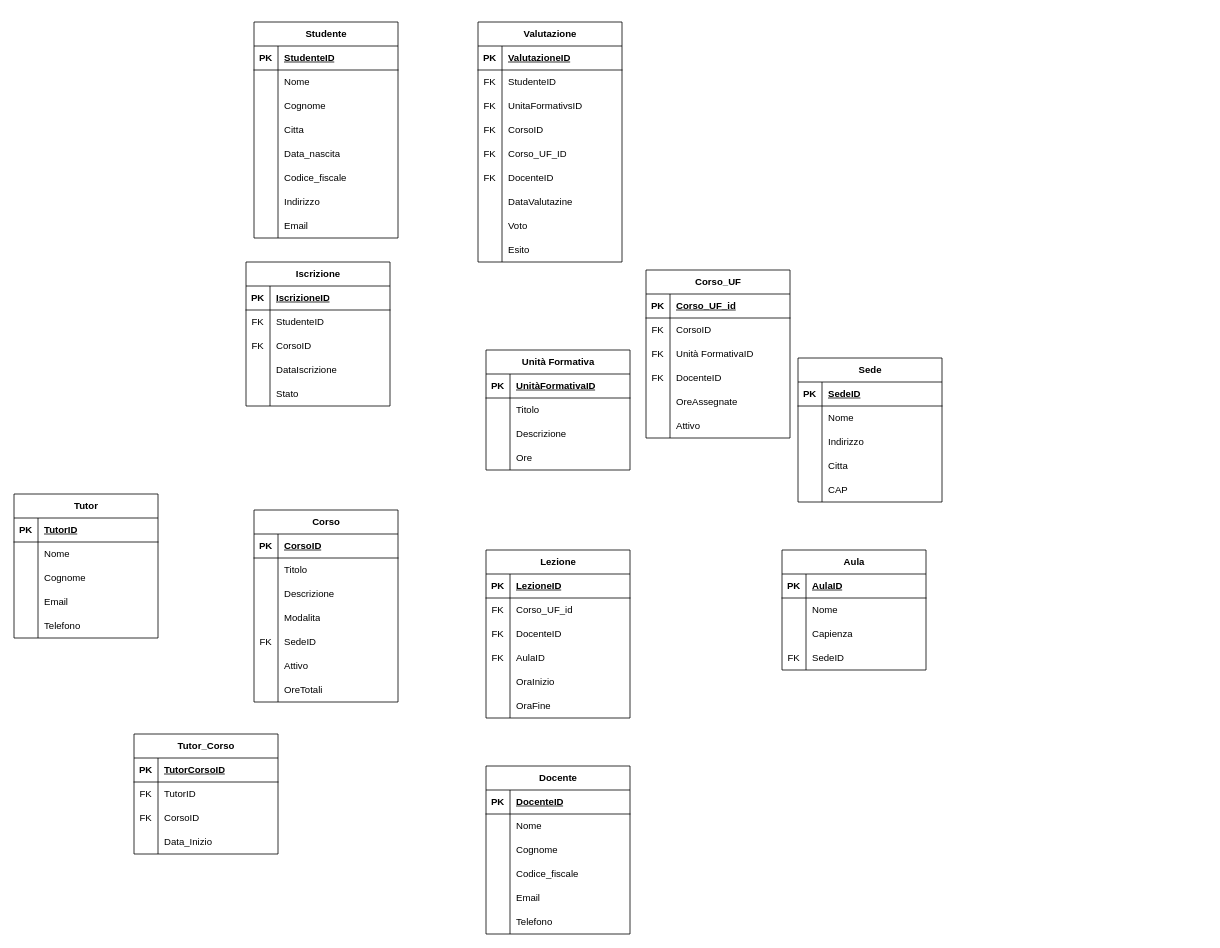
Above: attivita_didattiche/e_r.drawio in Cenael/data_management (draw.io), before the change. Source tidied: cells renumbered, new cells numbered last; positions are measured from the earlier drawing's top-left corner, leaving out a move shared by most shapes. Both pictures are drawn from the tidied source at 80%, with x=0, y=0 at pixel (14, 22).
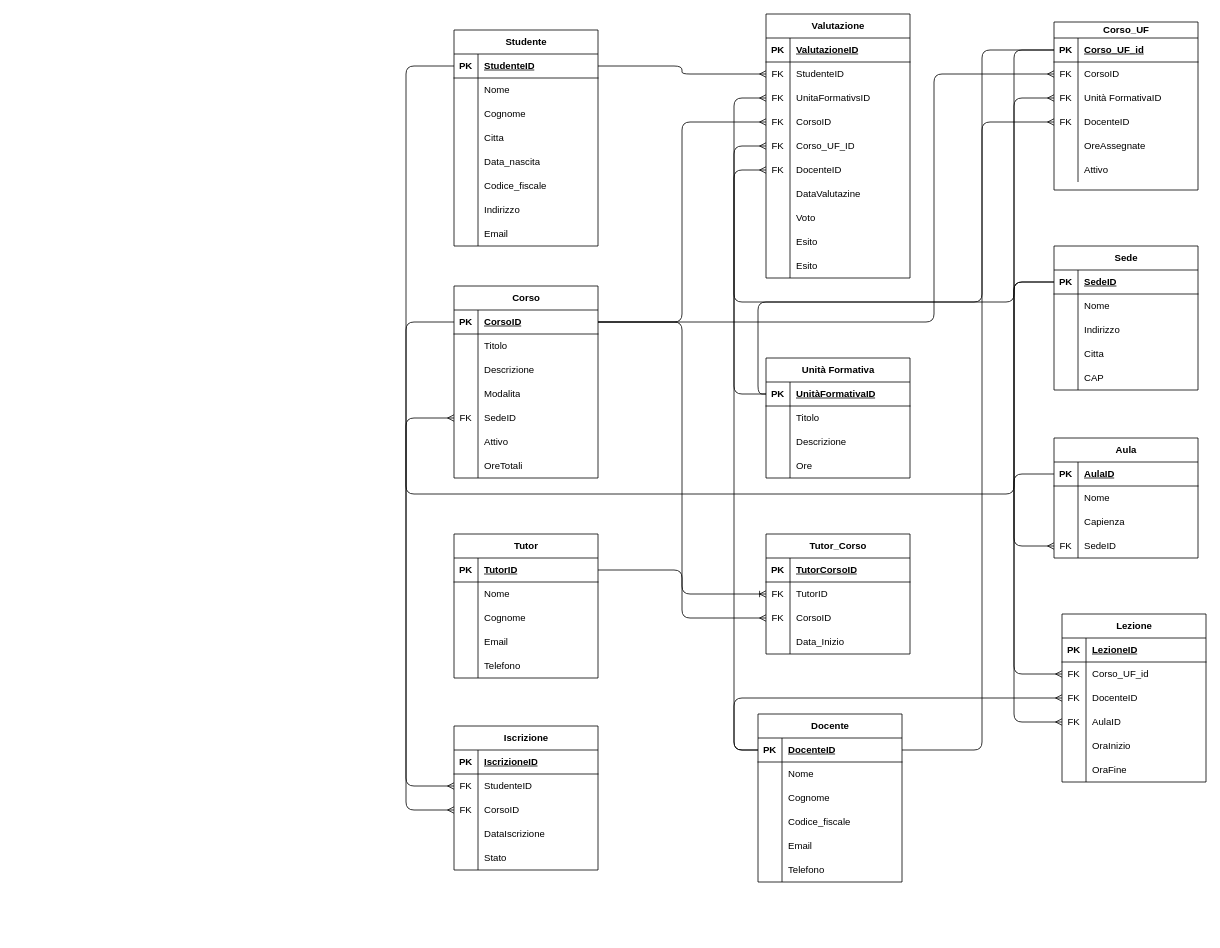
The same diagram, later.

Unchanged cells that the change refers to:
```xml
<mxCell id="3" style="shape=tableRow;horizontal=0;startSize=0;swimlaneHead=0;swimlaneBody=0;fillColor=none;points=[[0,0.5],[1,0.5]];portConstraint=eastwest;top=0;left=0;right=0;bottom=1;" parent="2" vertex="1">
  <mxGeometry y="30" width="180" height="30" as="geometry" />
</mxCell>
<mxCell id="28" style="shape=tableRow;horizontal=0;startSize=0;swimlaneHead=0;swimlaneBody=0;fillColor=none;points=[[0,0.5],[1,0.5]];portConstraint=eastwest;top=0;left=0;right=0;bottom=1;" parent="27" vertex="1">
  <mxGeometry y="30" width="180" height="30" as="geometry" />
</mxCell>
<mxCell id="37" style="shape=tableRow;horizontal=0;startSize=0;swimlaneHead=0;swimlaneBody=0;fillColor=none;points=[[0,0.5],[1,0.5]];portConstraint=eastwest;top=0;left=0;right=0;bottom=0;" parent="27" vertex="1">
  <mxGeometry y="120" width="180" height="30" as="geometry" />
</mxCell>
<mxCell id="41" style="shape=tableRow;horizontal=0;startSize=0;swimlaneHead=0;swimlaneBody=0;fillColor=none;points=[[0,0.5],[1,0.5]];portConstraint=eastwest;top=0;left=0;right=0;bottom=1;" parent="40" vertex="1">
  <mxGeometry y="30" width="180" height="30" as="geometry" />
</mxCell>
<mxCell id="53" style="shape=tableRow;horizontal=0;startSize=0;swimlaneHead=0;swimlaneBody=0;fillColor=none;points=[[0,0.5],[1,0.5]];portConstraint=eastwest;top=0;left=0;right=0;bottom=0;" parent="40" vertex="1">
  <mxGeometry y="150" width="180" height="30" as="geometry" />
</mxCell>
<mxCell id="63" style="shape=tableRow;horizontal=0;startSize=0;swimlaneHead=0;swimlaneBody=0;fillColor=none;points=[[0,0.5],[1,0.5]];portConstraint=eastwest;top=0;left=0;right=0;bottom=1;" parent="62" vertex="1">
  <mxGeometry y="30" width="180" height="30" as="geometry" />
</mxCell>
<mxCell id="85" style="shape=tableRow;horizontal=0;startSize=0;swimlaneHead=0;swimlaneBody=0;fillColor=none;points=[[0,0.5],[1,0.5]];portConstraint=eastwest;top=0;left=0;right=0;bottom=0;" parent="81" vertex="1">
  <mxGeometry y="60" width="180" height="30" as="geometry" />
</mxCell>
<mxCell id="88" style="shape=tableRow;horizontal=0;startSize=0;swimlaneHead=0;swimlaneBody=0;fillColor=none;points=[[0,0.5],[1,0.5]];portConstraint=eastwest;top=0;left=0;right=0;bottom=0;" parent="81" vertex="1">
  <mxGeometry y="90" width="180" height="30" as="geometry" />
</mxCell>
<mxCell id="91" style="shape=tableRow;horizontal=0;startSize=0;swimlaneHead=0;swimlaneBody=0;fillColor=none;points=[[0,0.5],[1,0.5]];portConstraint=eastwest;top=0;left=0;right=0;bottom=0;" parent="81" vertex="1">
  <mxGeometry y="120" width="180" height="30" as="geometry" />
</mxCell>
<mxCell id="101" style="shape=tableRow;horizontal=0;startSize=0;swimlaneHead=0;swimlaneBody=0;fillColor=none;points=[[0,0.5],[1,0.5]];portConstraint=eastwest;top=0;left=0;right=0;bottom=1;" parent="100" vertex="1">
  <mxGeometry y="30" width="180" height="30" as="geometry" />
</mxCell>
<mxCell id="117" style="shape=tableRow;horizontal=0;startSize=0;swimlaneHead=0;swimlaneBody=0;fillColor=none;points=[[0,0.5],[1,0.5]];portConstraint=eastwest;top=0;left=0;right=0;bottom=0;" parent="113" vertex="1">
  <mxGeometry y="60" width="180" height="30" as="geometry" />
</mxCell>
<mxCell id="120" style="shape=tableRow;horizontal=0;startSize=0;swimlaneHead=0;swimlaneBody=0;fillColor=none;points=[[0,0.5],[1,0.5]];portConstraint=eastwest;top=0;left=0;right=0;bottom=0;" parent="113" vertex="1">
  <mxGeometry y="90" width="180" height="30" as="geometry" />
</mxCell>
<mxCell id="123" style="shape=tableRow;horizontal=0;startSize=0;swimlaneHead=0;swimlaneBody=0;fillColor=none;points=[[0,0.5],[1,0.5]];portConstraint=eastwest;top=0;left=0;right=0;bottom=0;" parent="113" vertex="1">
  <mxGeometry y="120" width="180" height="30" as="geometry" />
</mxCell>
<mxCell id="126" style="shape=tableRow;horizontal=0;startSize=0;swimlaneHead=0;swimlaneBody=0;fillColor=none;points=[[0,0.5],[1,0.5]];portConstraint=eastwest;top=0;left=0;right=0;bottom=0;" parent="113" vertex="1">
  <mxGeometry y="150" width="180" height="30" as="geometry" />
</mxCell>
<mxCell id="129" style="shape=tableRow;horizontal=0;startSize=0;swimlaneHead=0;swimlaneBody=0;fillColor=none;points=[[0,0.5],[1,0.5]];portConstraint=eastwest;top=0;left=0;right=0;bottom=0;" parent="113" vertex="1">
  <mxGeometry y="180" width="180" height="30" as="geometry" />
</mxCell>
<mxCell id="142" style="shape=tableRow;horizontal=0;startSize=0;swimlaneHead=0;swimlaneBody=0;fillColor=none;points=[[0,0.5],[1,0.5]];portConstraint=eastwest;top=0;left=0;right=0;bottom=1;" parent="141" vertex="1">
  <mxGeometry y="30" width="180" height="30" as="geometry" />
</mxCell>
<mxCell id="161" style="shape=tableRow;horizontal=0;startSize=0;swimlaneHead=0;swimlaneBody=0;fillColor=none;points=[[0,0.5],[1,0.5]];portConstraint=eastwest;top=0;left=0;right=0;bottom=0;" parent="157" vertex="1">
  <mxGeometry y="60" width="180" height="30" as="geometry" />
</mxCell>
<mxCell id="164" style="shape=tableRow;horizontal=0;startSize=0;swimlaneHead=0;swimlaneBody=0;fillColor=none;points=[[0,0.5],[1,0.5]];portConstraint=eastwest;top=0;left=0;right=0;bottom=0;" parent="157" vertex="1">
  <mxGeometry y="90" width="180" height="30" as="geometry" />
</mxCell>
<mxCell id="174" style="shape=tableRow;horizontal=0;startSize=0;swimlaneHead=0;swimlaneBody=0;fillColor=none;points=[[0,0.5],[1,0.5]];portConstraint=eastwest;top=0;left=0;right=0;bottom=1;" parent="173" vertex="1">
  <mxGeometry y="30" width="180" height="30" as="geometry" />
</mxCell>
<mxCell id="212" style="shape=tableRow;horizontal=0;startSize=0;swimlaneHead=0;swimlaneBody=0;fillColor=none;points=[[0,0.5],[1,0.5]];portConstraint=eastwest;top=0;left=0;right=0;bottom=0;" parent="208" vertex="1">
  <mxGeometry y="60" width="180" height="30" as="geometry" />
</mxCell>
<mxCell id="215" style="shape=tableRow;horizontal=0;startSize=0;swimlaneHead=0;swimlaneBody=0;fillColor=none;points=[[0,0.5],[1,0.5]];portConstraint=eastwest;top=0;left=0;right=0;bottom=0;" parent="208" vertex="1">
  <mxGeometry y="90" width="180" height="30" as="geometry" />
</mxCell>
```

Diff of the diagram source:
```diff
@@
     <mxCell id="2" value="Studente" style="shape=table;startSize=30;childLayout=tableLayout;rowLines=0;fontStyle=1;align=center;html=1;" parent="1" vertex="1">
-      <mxGeometry x="300" width="180" height="270" as="geometry" />
+      <mxGeometry x="550" y="10" width="180" height="270" as="geometry" />
     </mxCell>
@@
     <mxCell id="27" value="Aula" style="shape=table;startSize=30;childLayout=tableLayout;rowLines=0;fontStyle=1;align=center;html=1;" parent="1" vertex="1">
-      <mxGeometry x="960" y="660" width="180" height="150" as="geometry" />
+      <mxGeometry x="1300" y="520" width="180" height="150" as="geometry" />
     </mxCell>
@@
     <mxCell id="40" value="Corso" style="shape=table;startSize=30;childLayout=tableLayout;rowLines=0;fontStyle=1;align=center;html=1;" parent="1" vertex="1">
-      <mxGeometry x="300" y="610" width="180" height="240" as="geometry" />
+      <mxGeometry x="550" y="330" width="180" height="240" as="geometry" />
     </mxCell>
@@
     <mxCell id="62" value="Docente" style="shape=table;startSize=30;childLayout=tableLayout;rowLines=0;fontStyle=1;align=center;html=1;" parent="1" vertex="1">
-      <mxGeometry x="590" y="930" width="180" height="210" as="geometry" />
+      <mxGeometry x="930" y="865" width="180" height="210" as="geometry" />
     </mxCell>
@@
     <mxCell id="81" value="Lezione" style="shape=table;startSize=30;childLayout=tableLayout;rowLines=0;fontStyle=1;align=center;html=1;" parent="1" vertex="1">
-      <mxGeometry x="590" y="660" width="180" height="210" as="geometry" />
+      <mxGeometry x="1310" y="740" width="180" height="210" as="geometry" />
     </mxCell>
@@
     <mxCell id="100" value="Unità Formativa" style="shape=table;startSize=30;childLayout=tableLayout;rowLines=0;fontStyle=1;align=center;html=1;" parent="1" vertex="1">
-      <mxGeometry x="590" y="410" width="180" height="150" as="geometry" />
+      <mxGeometry x="940" y="420" width="180" height="150" as="geometry" />
     </mxCell>
@@
     <mxCell id="113" value="Valutazione" style="shape=table;startSize=30;childLayout=tableLayout;rowLines=0;fontStyle=1;align=center;html=1;" parent="1" vertex="1">
-      <mxGeometry x="580" width="180" height="300" as="geometry" />
+      <mxGeometry x="940" y="-10" width="180" height="330" as="geometry" />
     </mxCell>
@@
+    <mxCell id="221" style="shape=tableRow;horizontal=0;startSize=0;swimlaneHead=0;swimlaneBody=0;fillColor=none;top=0;left=0;right=0;bottom=0;" parent="113" vertex="1">
+      <mxGeometry y="270" width="180" height="30" as="geometry" />
+    </mxCell>
+    <mxCell id="222" style="shape=partialRectangle;fillColor=none;top=0;left=0;bottom=0;right=0;overflow=hidden;whiteSpace=wrap;html=1;" parent="221" vertex="1">
+      <mxGeometry width="30" height="30" as="geometry" />
+    </mxCell>
+    <mxCell id="223" value="Esito" style="shape=partialRectangle;fillColor=none;top=0;left=0;bottom=0;right=0;align=left;spacingLeft=6;overflow=hidden;whiteSpace=wrap;html=1;" parent="221" vertex="1">
+      <mxGeometry x="30" width="150" height="30" as="geometry" />
+    </mxCell>
     <mxCell id="138" style="shape=tableRow;horizontal=0;startSize=0;swimlaneHead=0;swimlaneBody=0;fillColor=none;top=0;left=0;right=0;bottom=0;" parent="113" vertex="1">
-      <mxGeometry y="270" width="180" height="30" as="geometry" />
+      <mxGeometry y="300" width="180" height="30" as="geometry" />
     </mxCell>
@@
     <mxCell id="141" value="Tutor" style="shape=table;startSize=30;childLayout=tableLayout;rowLines=0;fontStyle=1;align=center;html=1;" parent="1" vertex="1">
-      <mxGeometry y="590" width="180" height="180" as="geometry" />
+      <mxGeometry x="550" y="640" width="180" height="180" as="geometry" />
     </mxCell>
@@
     <mxCell id="157" value="Iscrizione" style="shape=table;startSize=30;childLayout=tableLayout;rowLines=0;fontStyle=1;align=center;html=1;" parent="1" vertex="1">
-      <mxGeometry x="290" y="300" width="180" height="180" as="geometry" />
+      <mxGeometry x="550" y="880" width="180" height="180" as="geometry" />
     </mxCell>
@@
     <mxCell id="173" value="Sede" style="shape=table;startSize=30;childLayout=tableLayout;rowLines=0;fontStyle=1;align=center;html=1;" parent="1" vertex="1">
-      <mxGeometry x="980" y="420" width="180" height="180" as="geometry" />
+      <mxGeometry x="1300" y="280" width="180" height="180" as="geometry" />
     </mxCell>
@@
-    <mxCell id="189" value="Corso_UF" style="shape=table;startSize=30;childLayout=tableLayout;rowLines=0;fontStyle=1;align=center;html=1;" parent="1" vertex="1">
-      <mxGeometry x="790" y="310" width="180" height="210" as="geometry" />
+    <mxCell id="189" value="Corso_UF" style="shape=table;startSize=20;childLayout=tableLayout;rowLines=0;fontStyle=1;align=center;html=1;" parent="1" vertex="1">
+      <mxGeometry x="1300" width="180" height="210" as="geometry" />
     </mxCell>
     <mxCell id="190" style="shape=tableRow;horizontal=0;startSize=0;swimlaneHead=0;swimlaneBody=0;fillColor=none;points=[[0,0.5],[1,0.5]];portConstraint=eastwest;top=0;left=0;right=0;bottom=1;" parent="189" vertex="1">
-      <mxGeometry y="30" width="180" height="30" as="geometry" />
+      <mxGeometry y="20" width="180" height="30" as="geometry" />
     </mxCell>
@@
     <mxCell id="193" style="shape=tableRow;horizontal=0;startSize=0;swimlaneHead=0;swimlaneBody=0;fillColor=none;points=[[0,0.5],[1,0.5]];portConstraint=eastwest;top=0;left=0;right=0;bottom=0;" parent="189" vertex="1">
-      <mxGeometry y="60" width="180" height="30" as="geometry" />
+      <mxGeometry y="50" width="180" height="30" as="geometry" />
     </mxCell>
@@
     <mxCell id="196" style="shape=tableRow;horizontal=0;startSize=0;swimlaneHead=0;swimlaneBody=0;fillColor=none;points=[[0,0.5],[1,0.5]];portConstraint=eastwest;top=0;left=0;right=0;bottom=0;" parent="189" vertex="1">
-      <mxGeometry y="90" width="180" height="30" as="geometry" />
+      <mxGeometry y="80" width="180" height="30" as="geometry" />
     </mxCell>
@@
     <mxCell id="199" style="shape=tableRow;horizontal=0;startSize=0;swimlaneHead=0;swimlaneBody=0;fillColor=none;points=[[0,0.5],[1,0.5]];portConstraint=eastwest;top=0;left=0;right=0;bottom=0;" parent="189" vertex="1">
-      <mxGeometry y="120" width="180" height="30" as="geometry" />
+      <mxGeometry y="110" width="180" height="30" as="geometry" />
     </mxCell>
@@
     <mxCell id="202" style="shape=tableRow;horizontal=0;startSize=0;swimlaneHead=0;swimlaneBody=0;fillColor=none;top=0;left=0;right=0;bottom=0;" parent="189" vertex="1">
-      <mxGeometry y="150" width="180" height="30" as="geometry" />
+      <mxGeometry y="140" width="180" height="30" as="geometry" />
     </mxCell>
@@
     <mxCell id="205" style="shape=tableRow;horizontal=0;startSize=0;swimlaneHead=0;swimlaneBody=0;fillColor=none;top=0;left=0;right=0;bottom=0;" parent="189" vertex="1">
-      <mxGeometry y="180" width="180" height="30" as="geometry" />
+      <mxGeometry y="170" width="180" height="30" as="geometry" />
     </mxCell>
@@
     <mxCell id="208" value="Tutor_Corso" style="shape=table;startSize=30;childLayout=tableLayout;rowLines=0;fontStyle=1;align=center;html=1;" parent="1" vertex="1">
-      <mxGeometry x="150" y="890" width="180" height="150" as="geometry" />
+      <mxGeometry x="940" y="640" width="180" height="150" as="geometry" />
     </mxCell>
@@
+    <mxCell id="224" style="edgeStyle=orthogonalEdgeStyle;html=1;exitX=1;exitY=0.5;exitDx=0;exitDy=0;entryX=0;entryY=0.5;entryDx=0;entryDy=0;endArrow=ERmany;endFill=0;" parent="1" edge="1" source="3" target="117">
+      <mxGeometry relative="1" as="geometry" />
+    </mxCell>
+    <mxCell id="225" style="edgeStyle=orthogonalEdgeStyle;html=1;exitX=0;exitY=0.5;exitDx=0;exitDy=0;entryX=0;entryY=0.5;entryDx=0;entryDy=0;endArrow=ERmany;endFill=0;" parent="1" edge="1" source="190" target="126">
+      <mxGeometry relative="1" as="geometry">
+        <Array as="points">
+          <mxPoint x="1210" y="35" />
+          <mxPoint x="1210" y="350" />
+          <mxPoint x="900" y="350" />
+          <mxPoint x="900" y="155" />
+        </Array>
+      </mxGeometry>
+    </mxCell>
+    <mxCell id="226" style="edgeStyle=orthogonalEdgeStyle;html=1;exitX=1;exitY=0.5;exitDx=0;exitDy=0;entryX=0;entryY=0.5;entryDx=0;entryDy=0;endArrow=ERmany;endFill=0;" parent="1" edge="1" source="41" target="123">
+      <mxGeometry relative="1" as="geometry" />
+    </mxCell>
+    <mxCell id="227" style="edgeStyle=orthogonalEdgeStyle;html=1;exitX=0;exitY=0.5;exitDx=0;exitDy=0;entryX=0;entryY=0.5;entryDx=0;entryDy=0;endArrow=ERmany;endFill=0;" parent="1" edge="1" source="101" target="120">
+      <mxGeometry relative="1" as="geometry">
+        <Array as="points">
+          <mxPoint x="900" y="465" />
+          <mxPoint x="900" y="95" />
+        </Array>
+      </mxGeometry>
+    </mxCell>
+    <mxCell id="228" style="edgeStyle=orthogonalEdgeStyle;html=1;exitX=0;exitY=0.5;exitDx=0;exitDy=0;entryX=0;entryY=0.5;entryDx=0;entryDy=0;endArrow=ERmany;endFill=0;" parent="1" edge="1" source="101" target="196">
+      <mxGeometry relative="1" as="geometry">
+        <Array as="points">
+          <mxPoint x="930" y="465" />
+          <mxPoint x="930" y="350" />
+          <mxPoint x="1250" y="350" />
+          <mxPoint x="1250" y="95" />
+        </Array>
+      </mxGeometry>
+    </mxCell>
+    <mxCell id="229" style="edgeStyle=orthogonalEdgeStyle;html=1;exitX=0;exitY=0.25;exitDx=0;exitDy=0;entryX=0;entryY=0.5;entryDx=0;entryDy=0;endArrow=ERmany;endFill=0;" parent="1" edge="1" source="173" target="37">
+      <mxGeometry relative="1" as="geometry">
+        <Array as="points">
+          <mxPoint x="1250" y="325" />
+          <mxPoint x="1250" y="655" />
+        </Array>
+      </mxGeometry>
+    </mxCell>
+    <mxCell id="230" style="edgeStyle=orthogonalEdgeStyle;html=1;exitX=1;exitY=0.5;exitDx=0;exitDy=0;entryX=0;entryY=0.5;entryDx=0;entryDy=0;endArrow=ERmany;endFill=0;" parent="1" edge="1" source="41" target="193">
+      <mxGeometry relative="1" as="geometry">
+        <Array as="points">
+          <mxPoint x="1150" y="375" />
+          <mxPoint x="1150" y="65" />
+        </Array>
+      </mxGeometry>
+    </mxCell>
+    <mxCell id="231" style="edgeStyle=orthogonalEdgeStyle;html=1;exitX=0;exitY=0.5;exitDx=0;exitDy=0;entryX=0;entryY=0.5;entryDx=0;entryDy=0;endArrow=ERmany;endFill=0;" parent="1" edge="1" source="174" target="53">
+      <mxGeometry relative="1" as="geometry">
+        <Array as="points">
+          <mxPoint x="1250" y="325" />
+          <mxPoint x="1250" y="590" />
+          <mxPoint x="490" y="590" />
+          <mxPoint x="490" y="495" />
+        </Array>
+      </mxGeometry>
+    </mxCell>
+    <mxCell id="232" style="edgeStyle=orthogonalEdgeStyle;html=1;exitX=1;exitY=0.5;exitDx=0;exitDy=0;entryX=0;entryY=0.5;entryDx=0;entryDy=0;endArrow=ERoneToMany;endFill=0;" parent="1" edge="1" source="142" target="212">
+      <mxGeometry relative="1" as="geometry" />
+    </mxCell>
+    <mxCell id="233" style="edgeStyle=orthogonalEdgeStyle;html=1;exitX=1;exitY=0.5;exitDx=0;exitDy=0;entryX=0;entryY=0.5;entryDx=0;entryDy=0;endArrow=ERmany;endFill=0;" parent="1" edge="1" source="41" target="215">
+      <mxGeometry relative="1" as="geometry" />
+    </mxCell>
+    <mxCell id="234" style="edgeStyle=orthogonalEdgeStyle;html=1;exitX=0;exitY=0.5;exitDx=0;exitDy=0;entryX=0;entryY=0.5;entryDx=0;entryDy=0;endArrow=ERmany;endFill=0;" parent="1" edge="1" source="190" target="85">
+      <mxGeometry relative="1" as="geometry">
+        <Array as="points">
+          <mxPoint x="1250" y="35" />
+          <mxPoint x="1250" y="815" />
+        </Array>
+      </mxGeometry>
+    </mxCell>
+    <mxCell id="235" style="edgeStyle=orthogonalEdgeStyle;html=1;exitX=1;exitY=0.5;exitDx=0;exitDy=0;entryX=0;entryY=0.5;entryDx=0;entryDy=0;endArrow=ERmany;endFill=0;" parent="1" edge="1" source="63" target="199">
+      <mxGeometry relative="1" as="geometry">
+        <Array as="points">
+          <mxPoint x="1210" y="910" />
+          <mxPoint x="1210" y="125" />
+        </Array>
+      </mxGeometry>
+    </mxCell>
+    <mxCell id="236" style="edgeStyle=orthogonalEdgeStyle;html=1;exitX=0;exitY=0.5;exitDx=0;exitDy=0;entryX=0;entryY=0.5;entryDx=0;entryDy=0;endArrow=ERmany;endFill=0;" parent="1" edge="1" source="3" target="161">
+      <mxGeometry relative="1" as="geometry">
+        <Array as="points">
+          <mxPoint x="490" y="55" />
+          <mxPoint x="490" y="955" />
+        </Array>
+      </mxGeometry>
+    </mxCell>
+    <mxCell id="237" style="edgeStyle=orthogonalEdgeStyle;html=1;exitX=0;exitY=0.5;exitDx=0;exitDy=0;entryX=0;entryY=0.5;entryDx=0;entryDy=0;endArrow=ERmany;endFill=0;" parent="1" edge="1" source="41" target="164">
+      <mxGeometry relative="1" as="geometry">
+        <Array as="points">
+          <mxPoint x="490" y="375" />
+          <mxPoint x="490" y="985" />
+        </Array>
+      </mxGeometry>
+    </mxCell>
+    <mxCell id="238" style="edgeStyle=orthogonalEdgeStyle;html=1;exitX=0;exitY=0.5;exitDx=0;exitDy=0;entryX=0;entryY=0.5;entryDx=0;entryDy=0;endArrow=ERmany;endFill=0;" parent="1" edge="1" source="63" target="129">
+      <mxGeometry relative="1" as="geometry">
+        <Array as="points">
+          <mxPoint x="900" y="910" />
+          <mxPoint x="900" y="185" />
+        </Array>
+      </mxGeometry>
+    </mxCell>
+    <mxCell id="239" style="edgeStyle=orthogonalEdgeStyle;html=1;entryX=0;entryY=0.5;entryDx=0;entryDy=0;endArrow=ERmany;endFill=0;" parent="1" edge="1" target="88">
+      <mxGeometry relative="1" as="geometry">
+        <mxPoint x="930" y="910" as="sourcePoint" />
+        <Array as="points">
+          <mxPoint x="900" y="910" />
+          <mxPoint x="900" y="845" />
+        </Array>
+      </mxGeometry>
+    </mxCell>
+    <mxCell id="240" style="edgeStyle=orthogonalEdgeStyle;html=1;exitX=0;exitY=0.5;exitDx=0;exitDy=0;entryX=0;entryY=0.5;entryDx=0;entryDy=0;endArrow=ERmany;endFill=0;" parent="1" edge="1" source="28" target="91">
+      <mxGeometry relative="1" as="geometry">
+        <Array as="points">
+          <mxPoint x="1250" y="565" />
+          <mxPoint x="1250" y="875" />
+        </Array>
+      </mxGeometry>
+    </mxCell>
```
